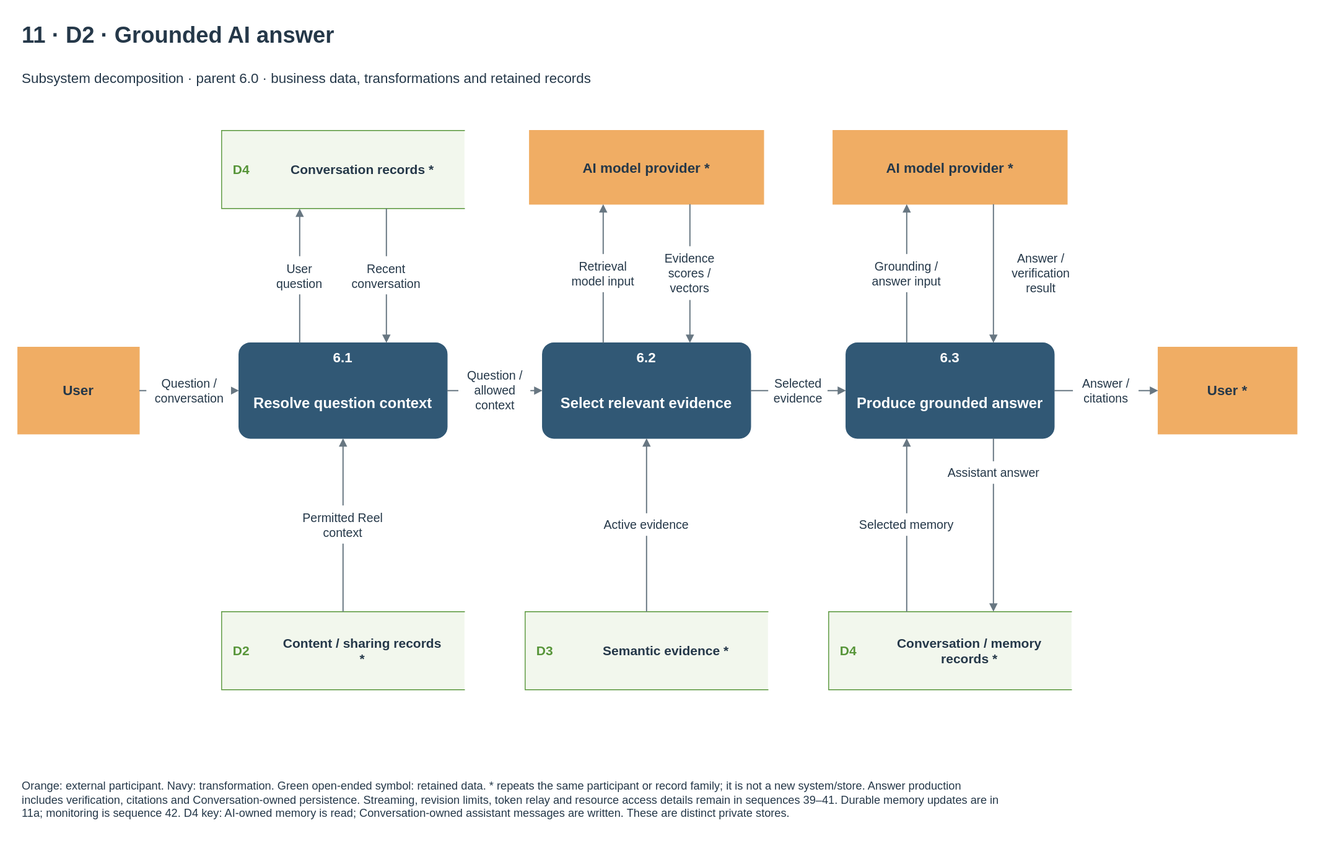
Before: docs/diagrams/velora-current/importable-svg/11-dfd-rag.drawio.svg, a diagram exported from draw.io (HieuCuteDangYeu/velora-backend). Source tidied: cells renumbered, new cells last; positions are measured from the earlier drawing's top-left corner, leaving out a move shared by most shapes.
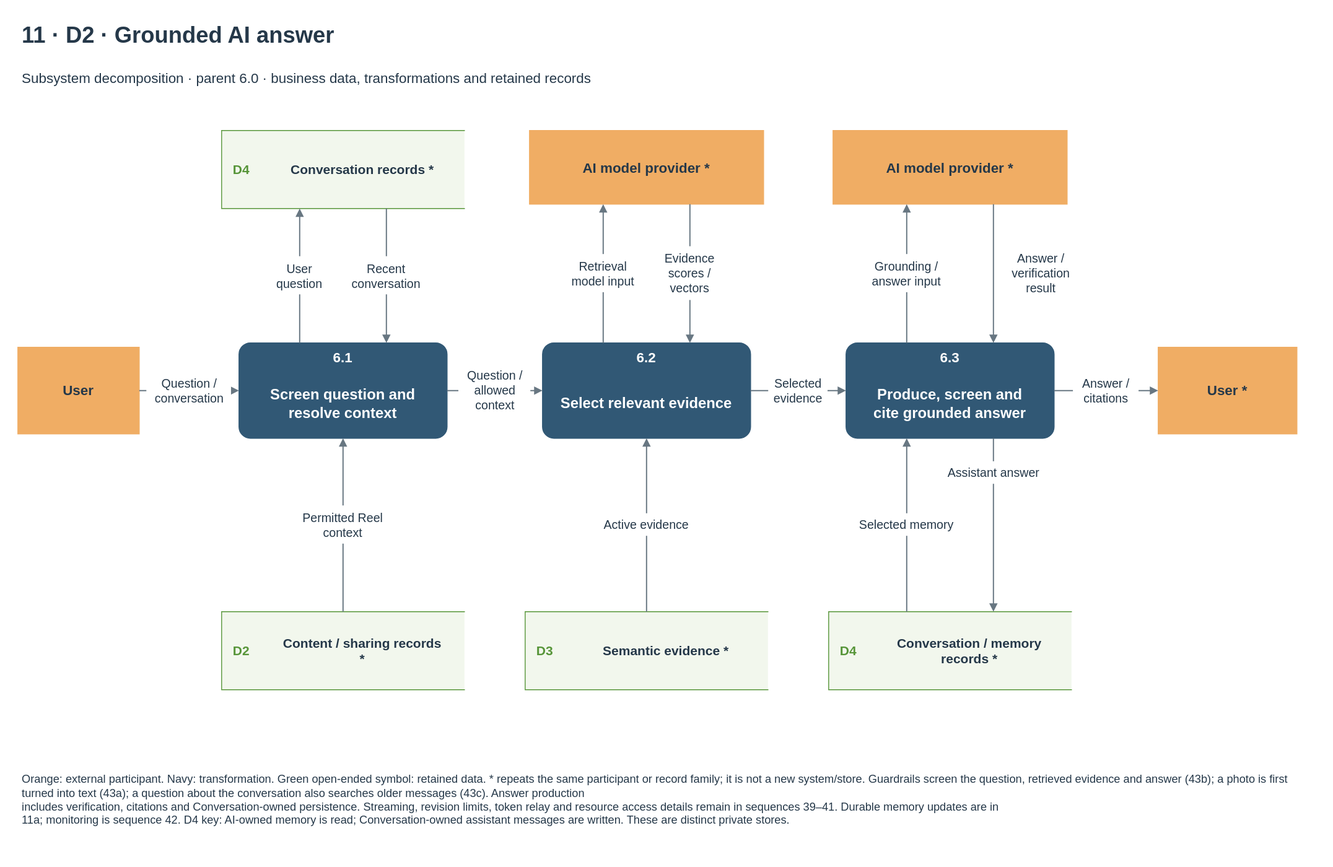
Above is the later version.

Change to the diagram source:
```diff
@@ -14,7 +14,7 @@
     <mxCell id="5" value="6.1" style="text;html=1;whiteSpace=wrap;fontFamily=Arial;fontSize=16;fontColor=white;fontStyle=1;align=center;verticalAlign=middle;spacing=0;" parent="4" vertex="1">
       <mxGeometry x="5" y="4" width="230" height="25" as="geometry" />
     </mxCell>
-    <mxCell id="6" value="Resolve question context" style="text;html=1;whiteSpace=wrap;fontFamily=Arial;fontSize=17;fontColor=white;fontStyle=1;align=center;verticalAlign=middle;spacing=0;" parent="4" vertex="1">
+    <mxCell id="6" value="Screen question and&lt;br&gt;resolve context" style="text;html=1;whiteSpace=wrap;fontFamily=Arial;fontSize=17;fontColor=white;fontStyle=1;align=center;verticalAlign=middle;spacing=0;" parent="4" vertex="1">
       <mxGeometry x="8" y="36" width="224" height="70" as="geometry" />
     </mxCell>
     <mxCell id="7" style="rounded=1;arcSize=12;fillColor=#315875;strokeColor=#315875;dashed=0;whiteSpace=wrap;" parent="1" vertex="1">
@@ -32,7 +32,7 @@
     <mxCell id="11" value="6.3" style="text;html=1;whiteSpace=wrap;fontFamily=Arial;fontSize=16;fontColor=white;fontStyle=1;align=center;verticalAlign=middle;spacing=0;" parent="10" vertex="1">
       <mxGeometry x="5" y="4" width="230" height="25" as="geometry" />
     </mxCell>
-    <mxCell id="12" value="Produce grounded answer" style="text;html=1;whiteSpace=wrap;fontFamily=Arial;fontSize=17;fontColor=white;fontStyle=1;align=center;verticalAlign=middle;spacing=0;" parent="10" vertex="1">
+    <mxCell id="12" value="Produce, screen and&lt;br&gt;cite grounded answer" style="text;html=1;whiteSpace=wrap;fontFamily=Arial;fontSize=17;fontColor=white;fontStyle=1;align=center;verticalAlign=middle;spacing=0;" parent="10" vertex="1">
       <mxGeometry x="8" y="36" width="224" height="70" as="geometry" />
     </mxCell>
     <mxCell id="13" style="rounded=0;arcSize=12;fillColor=#f0ad64;strokeColor=#f0ad64;dashed=0;whiteSpace=wrap;" parent="1" vertex="1">
@@ -221,7 +221,7 @@
     <mxCell id="74" value="Assistant answer" style="text;html=1;whiteSpace=wrap;fontFamily=Arial;fontSize=14;fontColor=#253849;fontStyle=0;align=center;verticalAlign=middle;spacing=0;" parent="1" vertex="1">
       <mxGeometry x="1061.6" y="512" width="126.8" height="26" as="geometry" />
     </mxCell>
-    <mxCell id="75" value="Orange: external participant. Navy: transformation. Green open-ended symbol: retained data. * repeats the same participant or record family; it is not a new system/store. Answer production&lt;br&gt;includes verification, citations and Conversation-owned persistence. Streaming, revision limits, token relay and resource access details remain in sequences 39–41. Durable memory updates are in&lt;br&gt;11a; monitoring is sequence 42. D4 key: AI-owned memory is read; Conversation-owned assistant messages are written. These are distinct private stores." style="text;html=1;whiteSpace=wrap;fontFamily=Arial;fontSize=13;fontColor=#253849;fontStyle=0;align=left;verticalAlign=middle;spacing=0;" parent="1" vertex="1">
+    <mxCell id="75" value="Orange: external participant. Navy: transformation. Green open-ended symbol: retained data. * repeats the same participant or record family; it is not a new system/store. Guardrails screen the question, retrieved evidence and answer (43b); a photo is first turned into text (43a); a question about the conversation also searches older messages (43c). Answer production&lt;br&gt;includes verification, citations and Conversation-owned persistence. Streaming, revision limits, token relay and resource access details remain in sequences 39–41. Durable memory updates are in&lt;br&gt;11a; monitoring is sequence 42. D4 key: AI-owned memory is read; Conversation-owned assistant messages are written. These are distinct private stores." style="text;html=1;whiteSpace=wrap;fontFamily=Arial;fontSize=13;fontColor=#253849;fontStyle=0;align=left;verticalAlign=middle;spacing=0;" parent="1" vertex="1">
       <mxGeometry x="5" y="865" width="1460" height="74" as="geometry" />
     </mxCell>
   </root>
```
